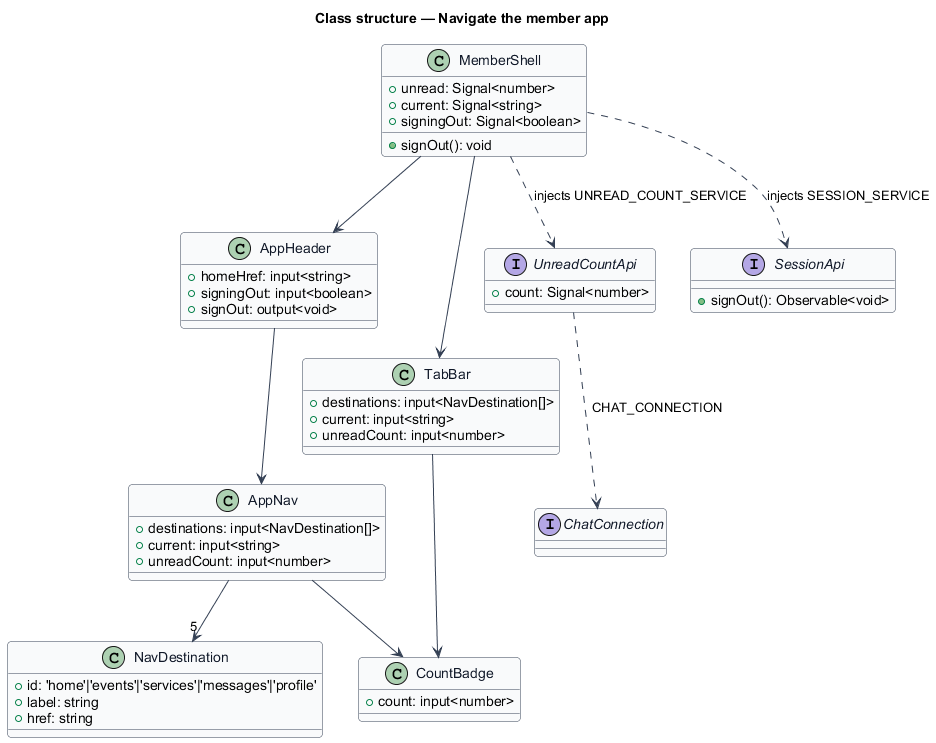
QuinntyneBrown/christian-fitness keeps this PlantUML diagram as docs/detailed-designs/member-home/navigate-member-app/diagrams/class-structure.png. Above is the earlier version. Source of this version:
```plantuml
@startuml
skinparam backgroundColor #FFFFFF
skinparam shadowing false
skinparam roundcorner 8
skinparam defaultFontName Arial
skinparam ArrowColor #344054
skinparam class {
  BorderColor #344054
  FontColor #101828
  BackgroundColor #F9FAFB
}
title Class structure — Navigate the member app
class MemberShell {
  +unread: Signal<number>
  +current: Signal<string>
  +signingOut: Signal<boolean>
  +signOut(): void
}
class AppHeader {
  +homeHref: input<string>
  +signingOut: input<boolean>
  +signOut: output<void>
}
class AppNav {
  +destinations: input<NavDestination[]>
  +current: input<string>
  +unreadCount: input<number>
}
class TabBar {
  +destinations: input<NavDestination[]>
  +current: input<string>
  +unreadCount: input<number>
}
class CountBadge {
  +count: input<number>
}
class NavDestination {
  +id: 'home'|'events'|'services'|'messages'|'profile'
  +label: string
  +href: string
}
interface UnreadCountApi {
  +count: Signal<number>
}
interface SessionApi {
  +signOut(): Observable<void>
}
interface ChatConnection
MemberShell --> AppHeader
AppHeader --> AppNav
MemberShell --> TabBar
AppNav --> CountBadge
TabBar --> CountBadge
AppNav --> "5" NavDestination
MemberShell ..> UnreadCountApi : injects UNREAD_COUNT_SERVICE
MemberShell ..> SessionApi : injects SESSION_SERVICE
UnreadCountApi ..> ChatConnection : CHAT_CONNECTION
@enduml
```
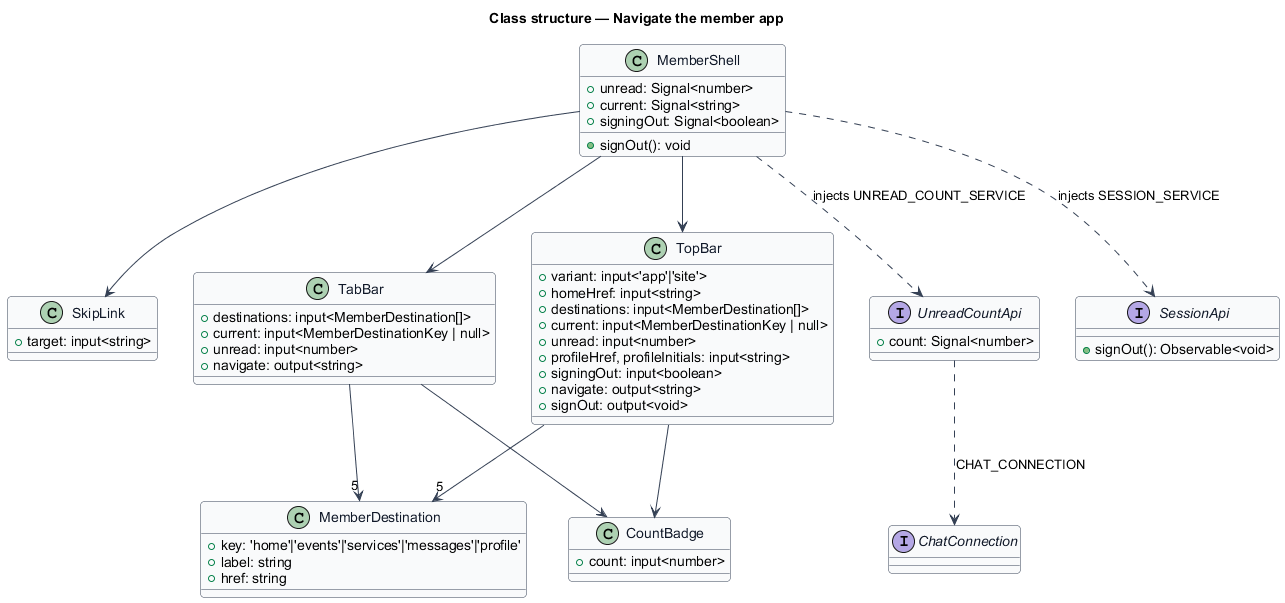
Later version of the same file.

The edit, as a diff of the source:
```diff
@@ -16,26 +16,31 @@
   +signingOut: Signal<boolean>
   +signOut(): void
 }
-class AppHeader {
+class SkipLink {
+  +target: input<string>
+}
+class TopBar {
+  +variant: input<'app'|'site'>
   +homeHref: input<string>
+  +destinations: input<MemberDestination[]>
+  +current: input<MemberDestinationKey | null>
+  +unread: input<number>
+  +profileHref, profileInitials: input<string>
   +signingOut: input<boolean>
+  +navigate: output<string>
   +signOut: output<void>
 }
-class AppNav {
-  +destinations: input<NavDestination[]>
-  +current: input<string>
-  +unreadCount: input<number>
-}
 class TabBar {
-  +destinations: input<NavDestination[]>
-  +current: input<string>
-  +unreadCount: input<number>
+  +destinations: input<MemberDestination[]>
+  +current: input<MemberDestinationKey | null>
+  +unread: input<number>
+  +navigate: output<string>
 }
 class CountBadge {
   +count: input<number>
 }
-class NavDestination {
-  +id: 'home'|'events'|'services'|'messages'|'profile'
+class MemberDestination {
+  +key: 'home'|'events'|'services'|'messages'|'profile'
   +label: string
   +href: string
 }
@@ -46,12 +51,13 @@
   +signOut(): Observable<void>
 }
 interface ChatConnection
-MemberShell --> AppHeader
-AppHeader --> AppNav
+MemberShell --> SkipLink
+MemberShell --> TopBar
 MemberShell --> TabBar
-AppNav --> CountBadge
+TopBar --> CountBadge
 TabBar --> CountBadge
-AppNav --> "5" NavDestination
+TopBar --> "5" MemberDestination
+TabBar --> "5" MemberDestination
 MemberShell ..> UnreadCountApi : injects UNREAD_COUNT_SERVICE
 MemberShell ..> SessionApi : injects SESSION_SERVICE
 UnreadCountApi ..> ChatConnection : CHAT_CONNECTION
```
